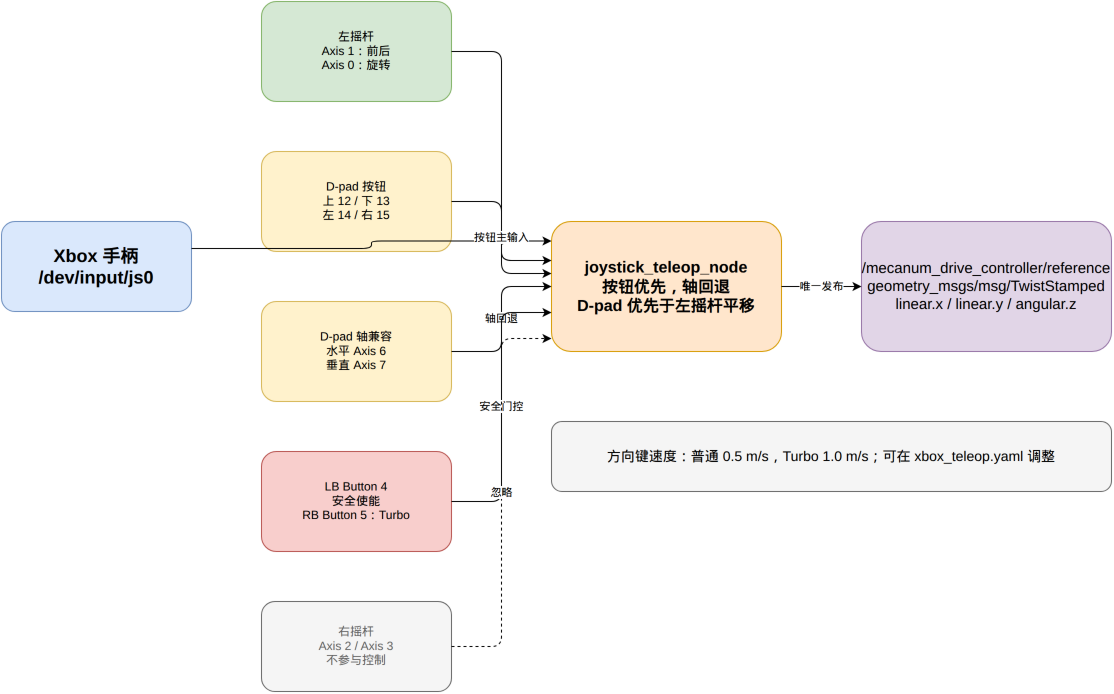
Above: docs/xbox_手柄映射.png in changBin-x/smart_car_robot (draw.io), before the change. Source tidied: cells renumbered, new cells last; positions are measured from the earlier drawing's top-left corner, leaving out a move shared by most shapes. Source of this version:
```xml
<mxGraphModel>
  <root>
    <mxCell id="0" />
    <mxCell id="1" parent="0" />
    <mxCell id="2" value="Xbox 手柄&#10;/dev/input/js0" style="rounded=1;whiteSpace=wrap;html=1;fillColor=#dae8fc;strokeColor=#6c8ebf;fontSize=18;fontStyle=1;" parent="1" vertex="1">
      <mxGeometry y="220" width="190" height="90" as="geometry" />
    </mxCell>
    <mxCell id="3" value="左摇杆&#10;Axis 1：前后&#10;Axis 0：旋转" style="rounded=1;whiteSpace=wrap;html=1;fillColor=#d5e8d4;strokeColor=#82b366;" parent="1" vertex="1">
      <mxGeometry x="260" width="190" height="100" as="geometry" />
    </mxCell>
    <mxCell id="4" value="D-pad 按钮&#10;上 12 / 下 13&#10;左 14 / 右 15" style="rounded=1;whiteSpace=wrap;html=1;fillColor=#fff2cc;strokeColor=#d6b656;" parent="1" vertex="1">
      <mxGeometry x="260" y="150" width="190" height="100" as="geometry" />
    </mxCell>
    <mxCell id="5" value="D-pad 轴兼容&#10;水平 Axis 6&#10;垂直 Axis 7" style="rounded=1;whiteSpace=wrap;html=1;fillColor=#fff2cc;strokeColor=#d6b656;" parent="1" vertex="1">
      <mxGeometry x="260" y="300" width="190" height="100" as="geometry" />
    </mxCell>
    <mxCell id="6" value="LB Button 4&#10;安全使能&#10;RB Button 5：Turbo" style="rounded=1;whiteSpace=wrap;html=1;fillColor=#f8cecc;strokeColor=#b85450;" parent="1" vertex="1">
      <mxGeometry x="260" y="450" width="190" height="100" as="geometry" />
    </mxCell>
    <mxCell id="7" value="右摇杆&#10;Axis 2 / Axis 3&#10;不参与控制" style="rounded=1;whiteSpace=wrap;html=1;fillColor=#f5f5f5;strokeColor=#666666;fontColor=#666666;" parent="1" vertex="1">
      <mxGeometry x="260" y="600" width="190" height="90" as="geometry" />
    </mxCell>
    <mxCell id="8" value="joystick_teleop_node&#10;按钮优先，轴回退&#10;D-pad 优先于左摇杆平移" style="rounded=1;whiteSpace=wrap;html=1;fillColor=#ffe6cc;strokeColor=#d79b00;fontSize=16;fontStyle=1;" parent="1" vertex="1">
      <mxGeometry x="550" y="220" width="230" height="130" as="geometry" />
    </mxCell>
    <mxCell id="9" value="/mecanum_drive_controller/reference&#10;geometry_msgs/msg/TwistStamped&#10;linear.x / linear.y / angular.z" style="rounded=1;whiteSpace=wrap;html=1;fillColor=#e1d5e7;strokeColor=#9673a6;fontSize=15;" parent="1" vertex="1">
      <mxGeometry x="860" y="220" width="250" height="130" as="geometry" />
    </mxCell>
    <mxCell id="10" value="方向键速度：普通 0.5 m/s，Turbo 1.0 m/s；可在 xbox_teleop.yaml 调整" style="rounded=1;whiteSpace=wrap;html=1;fillColor=#f5f5f5;strokeColor=#666666;fontSize=14;" parent="1" vertex="1">
      <mxGeometry x="550" y="420" width="560" height="70" as="geometry" />
    </mxCell>
    <mxCell id="11" style="edgeStyle=orthogonalEdgeStyle;rounded=1;jettySize=auto;html=1;jumpStyle=arc;exitX=1;exitY=0.3;exitDx=0;exitDy=0;entryX=0;entryY=0.15;entryDx=0;entryDy=0;" parent="1" edge="1" source="2" target="8">
      <mxGeometry relative="1" as="geometry" />
    </mxCell>
    <mxCell id="12" style="edgeStyle=orthogonalEdgeStyle;rounded=1;jettySize=auto;html=1;jumpStyle=arc;exitX=1;exitY=0.5;exitDx=0;exitDy=0;entryX=0;entryY=0.3;entryDx=0;entryDy=0;" parent="1" edge="1" source="3" target="8">
      <mxGeometry relative="1" as="geometry" />
    </mxCell>
    <mxCell id="13" value="按钮主输入" style="edgeStyle=orthogonalEdgeStyle;rounded=1;jettySize=auto;html=1;jumpStyle=arc;exitX=1;exitY=0.5;exitDx=0;exitDy=0;entryX=0;entryY=0.4;entryDx=0;entryDy=0;" parent="1" edge="1" source="4" target="8">
      <mxGeometry relative="1" as="geometry" />
    </mxCell>
    <mxCell id="14" value="轴回退" style="edgeStyle=orthogonalEdgeStyle;rounded=1;jettySize=auto;html=1;jumpStyle=arc;exitX=1;exitY=0.5;exitDx=0;exitDy=0;entryX=0;entryY=0.5;entryDx=0;entryDy=0;" parent="1" edge="1" source="5" target="8">
      <mxGeometry relative="1" as="geometry" />
    </mxCell>
    <mxCell id="15" value="安全门控" style="edgeStyle=orthogonalEdgeStyle;rounded=1;jettySize=auto;html=1;jumpStyle=arc;exitX=1;exitY=0.5;exitDx=0;exitDy=0;entryX=0;entryY=0.7;entryDx=0;entryDy=0;" parent="1" edge="1" source="6" target="8">
      <mxGeometry relative="1" as="geometry" />
    </mxCell>
    <mxCell id="16" value="忽略" style="edgeStyle=orthogonalEdgeStyle;rounded=1;jettySize=auto;html=1;jumpStyle=arc;dashed=1;exitX=1;exitY=0.5;exitDx=0;exitDy=0;entryX=0;entryY=0.9;entryDx=0;entryDy=0;" parent="1" edge="1" source="7" target="8">
      <mxGeometry relative="1" as="geometry" />
    </mxCell>
    <mxCell id="17" value="唯一发布" style="edgeStyle=orthogonalEdgeStyle;rounded=1;jettySize=auto;html=1;jumpStyle=arc;exitX=1;exitY=0.5;exitDx=0;exitDy=0;entryX=0;entryY=0.5;entryDx=0;entryDy=0;" parent="1" edge="1" source="8" target="9">
      <mxGeometry relative="1" as="geometry" />
    </mxCell>
  </root>
</mxGraphModel>
```
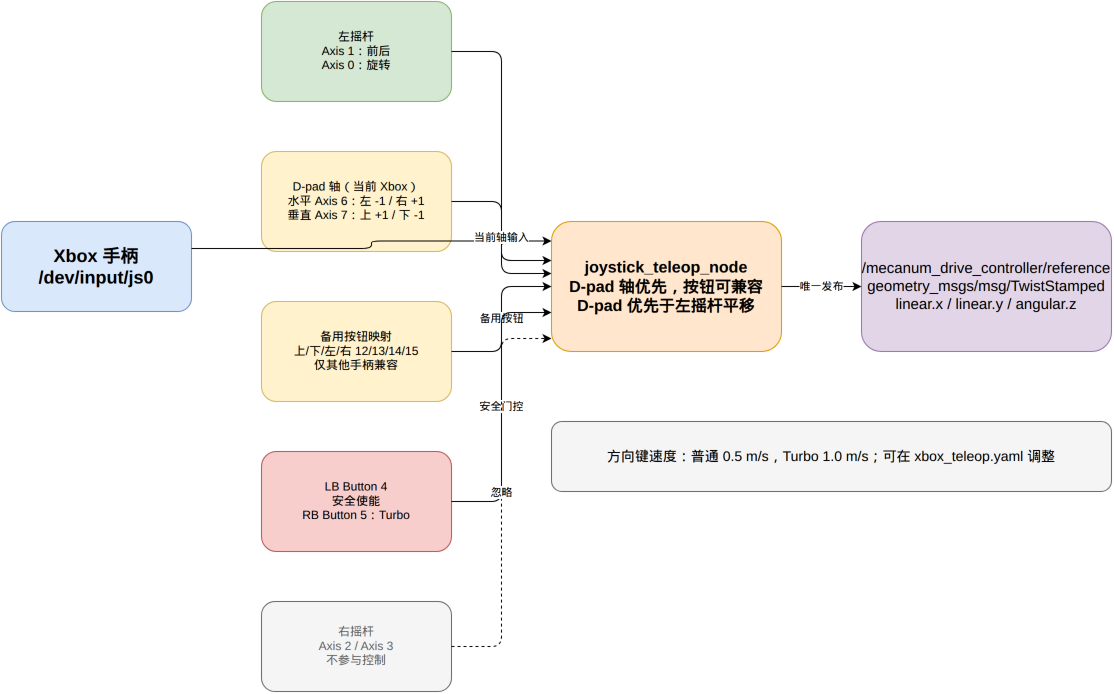
Above is the later version.

Commit message:
fix(手柄遥控): 修正 Xbox 方向键轴映射

Diff of the diagram source:
```diff
@@ -8,10 +8,10 @@
     <mxCell id="3" value="左摇杆&#10;Axis 1：前后&#10;Axis 0：旋转" style="rounded=1;whiteSpace=wrap;html=1;fillColor=#d5e8d4;strokeColor=#82b366;" parent="1" vertex="1">
       <mxGeometry x="260" width="190" height="100" as="geometry" />
     </mxCell>
-    <mxCell id="4" value="D-pad 按钮&#10;上 12 / 下 13&#10;左 14 / 右 15" style="rounded=1;whiteSpace=wrap;html=1;fillColor=#fff2cc;strokeColor=#d6b656;" parent="1" vertex="1">
+    <mxCell id="4" value="D-pad 轴（当前 Xbox）&#10;水平 Axis 6：左 -1 / 右 +1&#10;垂直 Axis 7：上 +1 / 下 -1" style="rounded=1;whiteSpace=wrap;html=1;fillColor=#fff2cc;strokeColor=#d6b656;" parent="1" vertex="1">
       <mxGeometry x="260" y="150" width="190" height="100" as="geometry" />
     </mxCell>
-    <mxCell id="5" value="D-pad 轴兼容&#10;水平 Axis 6&#10;垂直 Axis 7" style="rounded=1;whiteSpace=wrap;html=1;fillColor=#fff2cc;strokeColor=#d6b656;" parent="1" vertex="1">
+    <mxCell id="5" value="备用按钮映射&#10;上/下/左/右 12/13/14/15&#10;仅其他手柄兼容" style="rounded=1;whiteSpace=wrap;html=1;fillColor=#fff2cc;strokeColor=#d6b656;" parent="1" vertex="1">
       <mxGeometry x="260" y="300" width="190" height="100" as="geometry" />
     </mxCell>
     <mxCell id="6" value="LB Button 4&#10;安全使能&#10;RB Button 5：Turbo" style="rounded=1;whiteSpace=wrap;html=1;fillColor=#f8cecc;strokeColor=#b85450;" parent="1" vertex="1">
@@ -20,7 +20,7 @@
     <mxCell id="7" value="右摇杆&#10;Axis 2 / Axis 3&#10;不参与控制" style="rounded=1;whiteSpace=wrap;html=1;fillColor=#f5f5f5;strokeColor=#666666;fontColor=#666666;" parent="1" vertex="1">
       <mxGeometry x="260" y="600" width="190" height="90" as="geometry" />
     </mxCell>
-    <mxCell id="8" value="joystick_teleop_node&#10;按钮优先，轴回退&#10;D-pad 优先于左摇杆平移" style="rounded=1;whiteSpace=wrap;html=1;fillColor=#ffe6cc;strokeColor=#d79b00;fontSize=16;fontStyle=1;" parent="1" vertex="1">
+    <mxCell id="8" value="joystick_teleop_node&#10;D-pad 轴优先，按钮可兼容&#10;D-pad 优先于左摇杆平移" style="rounded=1;whiteSpace=wrap;html=1;fillColor=#ffe6cc;strokeColor=#d79b00;fontSize=16;fontStyle=1;" parent="1" vertex="1">
       <mxGeometry x="550" y="220" width="230" height="130" as="geometry" />
     </mxCell>
     <mxCell id="9" value="/mecanum_drive_controller/reference&#10;geometry_msgs/msg/TwistStamped&#10;linear.x / linear.y / angular.z" style="rounded=1;whiteSpace=wrap;html=1;fillColor=#e1d5e7;strokeColor=#9673a6;fontSize=15;" parent="1" vertex="1">
@@ -35,10 +35,10 @@
     <mxCell id="12" style="edgeStyle=orthogonalEdgeStyle;rounded=1;jettySize=auto;html=1;jumpStyle=arc;exitX=1;exitY=0.5;exitDx=0;exitDy=0;entryX=0;entryY=0.3;entryDx=0;entryDy=0;" parent="1" edge="1" source="3" target="8">
       <mxGeometry relative="1" as="geometry" />
     </mxCell>
-    <mxCell id="13" value="按钮主输入" style="edgeStyle=orthogonalEdgeStyle;rounded=1;jettySize=auto;html=1;jumpStyle=arc;exitX=1;exitY=0.5;exitDx=0;exitDy=0;entryX=0;entryY=0.4;entryDx=0;entryDy=0;" parent="1" edge="1" source="4" target="8">
+    <mxCell id="13" value="当前轴输入" style="edgeStyle=orthogonalEdgeStyle;rounded=1;jettySize=auto;html=1;jumpStyle=arc;exitX=1;exitY=0.5;exitDx=0;exitDy=0;entryX=0;entryY=0.4;entryDx=0;entryDy=0;" parent="1" edge="1" source="4" target="8">
       <mxGeometry relative="1" as="geometry" />
     </mxCell>
-    <mxCell id="14" value="轴回退" style="edgeStyle=orthogonalEdgeStyle;rounded=1;jettySize=auto;html=1;jumpStyle=arc;exitX=1;exitY=0.5;exitDx=0;exitDy=0;entryX=0;entryY=0.5;entryDx=0;entryDy=0;" parent="1" edge="1" source="5" target="8">
+    <mxCell id="14" value="备用按钮" style="edgeStyle=orthogonalEdgeStyle;rounded=1;jettySize=auto;html=1;jumpStyle=arc;exitX=1;exitY=0.5;exitDx=0;exitDy=0;entryX=0;entryY=0.5;entryDx=0;entryDy=0;" parent="1" edge="1" source="5" target="8">
       <mxGeometry relative="1" as="geometry" />
     </mxCell>
     <mxCell id="15" value="安全门控" style="edgeStyle=orthogonalEdgeStyle;rounded=1;jettySize=auto;html=1;jumpStyle=arc;exitX=1;exitY=0.5;exitDx=0;exitDy=0;entryX=0;entryY=0.7;entryDx=0;entryDy=0;" parent="1" edge="1" source="6" target="8">
```
